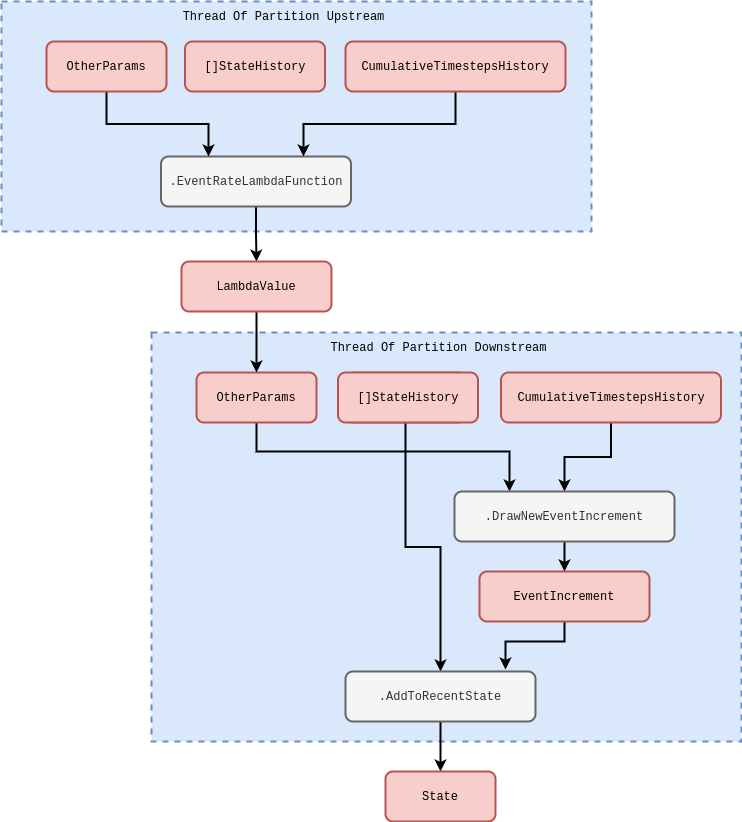
Earlier version of the draw.io export assets/stochadexI/stochadexI-inhomo-poisson-parallel-serial.drawio.png (umbralcalc/umbralcalc.github.io). Source tidied: cells renumbered, new cells last; positions are measured from the earlier drawing's top-left corner, leaving out a move shared by most shapes.
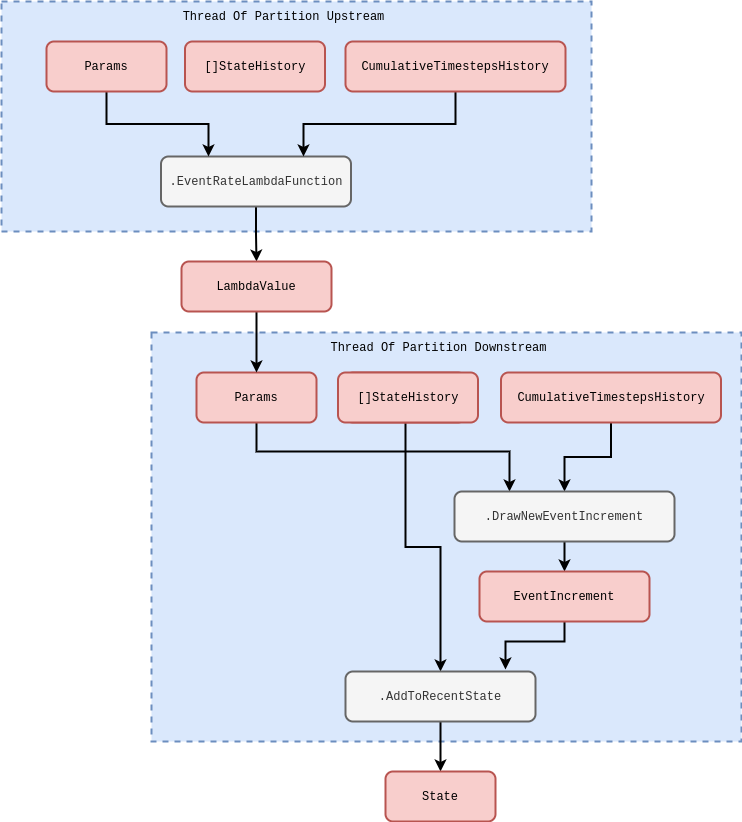
Above is the later version.

Change to the diagram source:
```diff
@@ -13,7 +13,7 @@
         </Array>
       </mxGeometry>
     </mxCell>
-    <mxCell id="4" value="&lt;font face=&quot;Courier New&quot;&gt;OtherParams&lt;/font&gt;" style="rounded=1;whiteSpace=wrap;html=1;strokeWidth=2;fillColor=#f8cecc;strokeColor=#b85450;" parent="1" vertex="1">
+    <mxCell id="4" value="&lt;font face=&quot;Courier New&quot;&gt;Params&lt;/font&gt;" style="rounded=1;whiteSpace=wrap;html=1;strokeWidth=2;fillColor=#f8cecc;strokeColor=#b85450;" parent="1" vertex="1">
       <mxGeometry x="195" y="371" width="120" height="50" as="geometry" />
     </mxCell>
     <mxCell id="5" style="edgeStyle=orthogonalEdgeStyle;rounded=0;jettySize=auto;html=1;strokeWidth=2;exitX=0.5;exitY=1;exitDx=0;exitDy=0;" parent="1" edge="1" source="14" target="4">
@@ -40,7 +40,7 @@
     <mxCell id="12" style="edgeStyle=orthogonalEdgeStyle;rounded=0;jettySize=auto;html=1;entryX=0.25;entryY=0;entryDx=0;entryDy=0;strokeWidth=2;" parent="1" edge="1" source="13" target="11">
       <mxGeometry relative="1" as="geometry" />
     </mxCell>
-    <mxCell id="13" value="&lt;font face=&quot;Courier New&quot;&gt;OtherParams&lt;/font&gt;" style="rounded=1;whiteSpace=wrap;html=1;strokeWidth=2;fillColor=#f8cecc;strokeColor=#b85450;" parent="1" vertex="1">
+    <mxCell id="13" value="&lt;font face=&quot;Courier New&quot;&gt;Params&lt;/font&gt;" style="rounded=1;whiteSpace=wrap;html=1;strokeWidth=2;fillColor=#f8cecc;strokeColor=#b85450;" parent="1" vertex="1">
       <mxGeometry x="45" y="40" width="120" height="50" as="geometry" />
     </mxCell>
     <mxCell id="14" value="&lt;span style=&quot;font-family: &amp;quot;Courier New&amp;quot;;&quot;&gt;LambdaValue&lt;/span&gt;" style="rounded=1;whiteSpace=wrap;html=1;strokeWidth=2;fillColor=#f8cecc;strokeColor=#b85450;" parent="1" vertex="1">
```
